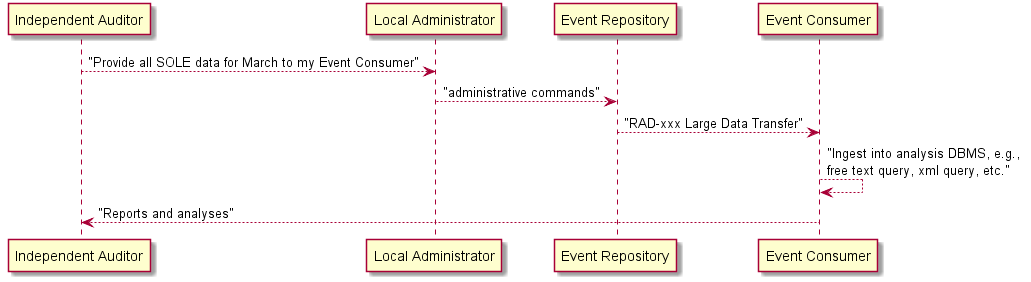
Above: analysis-push.png in rjhorn-agfa/SOLE (PlantUML), before the change.
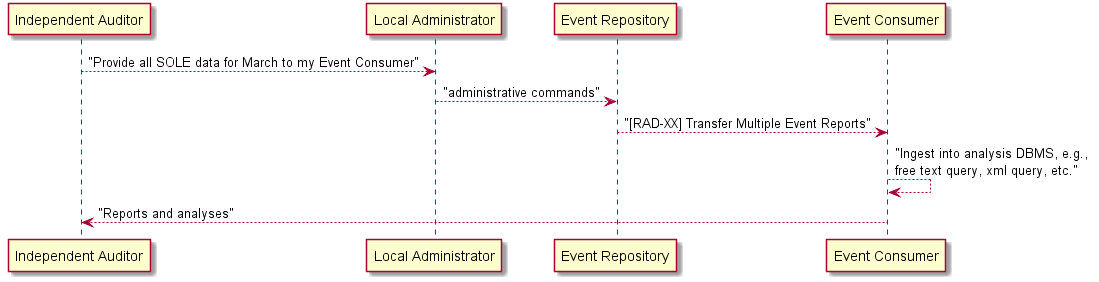
The same file after the commit.

Change to the diagram source:
```diff
@@ -2,7 +2,7 @@
 
 "Independent Auditor" --> "Local Administrator" : "Provide all SOLE data for March to my Event Consumer"
 "Local Administrator" --> "Event Repository" : "administrative commands"
-"Event Repository" --> "Event Consumer" : "RAD-xxx Large Data Transfer"
+"Event Repository" --> "Event Consumer" : "[RAD-XX] Transfer Multiple Event Reports"
 "Event Consumer" --> "Event Consumer" : "Ingest into analysis DBMS, e.g.,\nfree text query, xml query, etc."
 "Event Consumer" --> "Independent Auditor" : "Reports and analyses"
 
```
